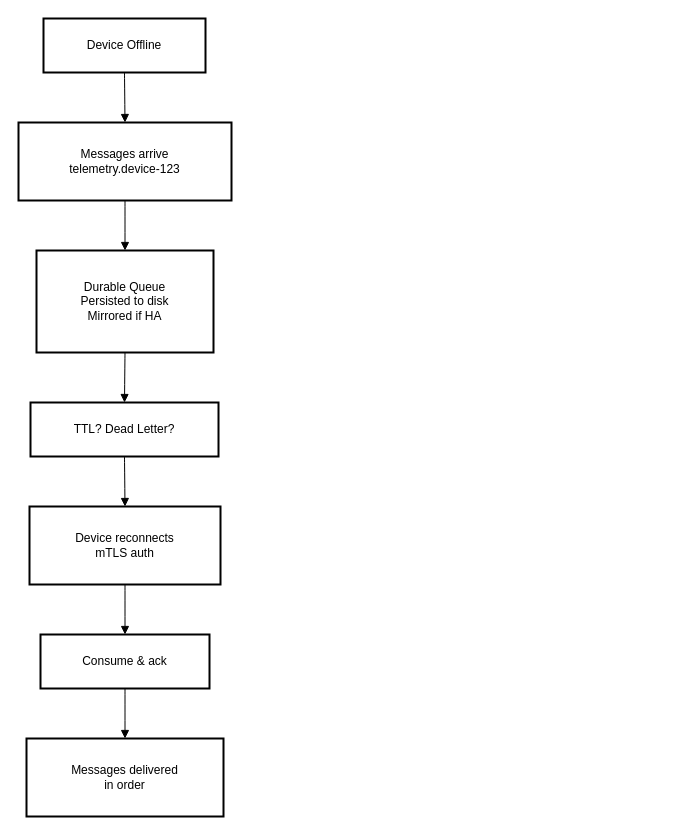
Earlier version of the draw.io diagram Offline.drawio (shreyasolanke/Diagrams). Source tidied: cells renumbered, new cells numbered last; positions are measured from the earlier drawing's top-left corner, leaving out a move shared by most shapes. Both pictures are drawn from the tidied source at 100%, with x=0, y=0 at pixel (18, 18).
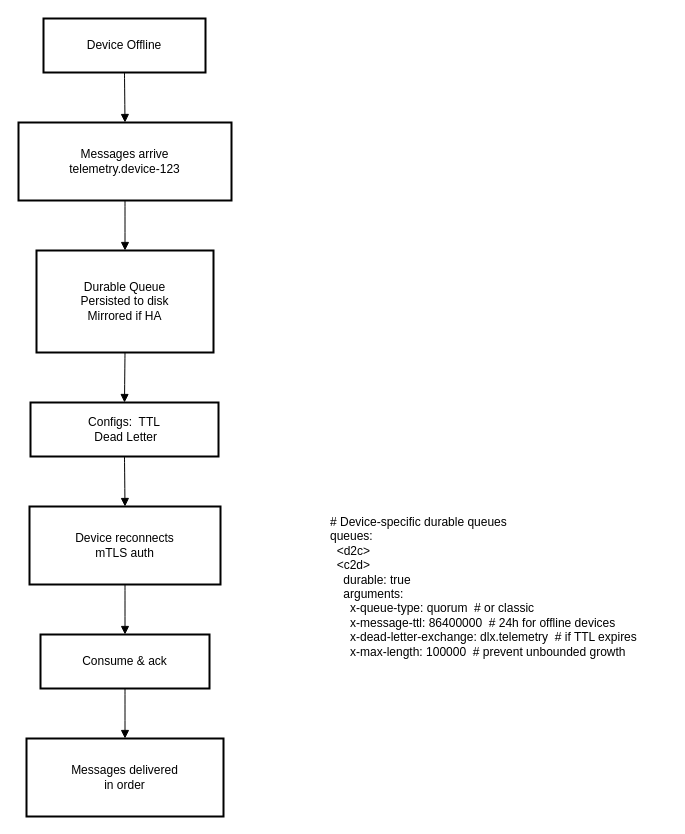
The same diagram, later.

Change to the diagram source:
```diff
@@
 <mxGraphModel>
   <root>
     <mxCell id="0" />
     <mxCell id="1" parent="0" />
     <mxCell id="2" value="Device Offline" style="whiteSpace=wrap;strokeWidth=2;" parent="1" vertex="1">
       <mxGeometry x="25" width="162" height="54" as="geometry" />
     </mxCell>
     <mxCell id="3" value="Messages arrive&#10;telemetry.device-123" style="whiteSpace=wrap;strokeWidth=2;" parent="1" vertex="1">
       <mxGeometry y="104" width="213" height="78" as="geometry" />
     </mxCell>
     <mxCell id="4" value="Durable Queue&#10;Persisted to disk&#10;Mirrored if HA" style="whiteSpace=wrap;strokeWidth=2;" parent="1" vertex="1">
       <mxGeometry x="18" y="232" width="177" height="102" as="geometry" />
     </mxCell>
-    <mxCell id="5" value="TTL? Dead Letter?" style="whiteSpace=wrap;strokeWidth=2;" parent="1" vertex="1">
+    <mxCell id="5" value="Configs:  TTL&#10; Dead Letter" style="whiteSpace=wrap;strokeWidth=2;" parent="1" vertex="1">
       <mxGeometry x="12" y="384" width="188" height="54" as="geometry" />
     </mxCell>
     <mxCell id="6" value="Device reconnects&#10;mTLS auth" style="whiteSpace=wrap;strokeWidth=2;" parent="1" vertex="1">
       <mxGeometry x="11" y="488" width="191" height="78" as="geometry" />
     </mxCell>
     <mxCell id="7" value="Consume &amp; ack" style="whiteSpace=wrap;strokeWidth=2;" parent="1" vertex="1">
       <mxGeometry x="22" y="616" width="169" height="54" as="geometry" />
     </mxCell>
     <mxCell id="8" value="Messages delivered&#10;in order" style="whiteSpace=wrap;strokeWidth=2;" parent="1" vertex="1">
       <mxGeometry x="8" y="720" width="197" height="78" as="geometry" />
     </mxCell>
     <mxCell id="9" style="curved=1;startArrow=none;endArrow=block;exitX=0.5;exitY=1;entryX=0.5;entryY=0;rounded=0;" parent="1" edge="1" source="2" target="3">
       <mxGeometry relative="1" as="geometry" />
     </mxCell>
     <mxCell id="10" style="curved=1;startArrow=none;endArrow=block;exitX=0.5;exitY=1;entryX=0.5;entryY=0;rounded=0;" parent="1" edge="1" source="3" target="4">
       <mxGeometry relative="1" as="geometry" />
     </mxCell>
     <mxCell id="11" style="curved=1;startArrow=none;endArrow=block;exitX=0.5;exitY=1;entryX=0.5;entryY=0;rounded=0;" parent="1" edge="1" source="4" target="5">
       <mxGeometry relative="1" as="geometry" />
     </mxCell>
     <mxCell id="12" style="curved=1;startArrow=none;endArrow=block;exitX=0.5;exitY=1;entryX=0.5;entryY=0;rounded=0;" parent="1" edge="1" source="5" target="6">
       <mxGeometry relative="1" as="geometry" />
     </mxCell>
     <mxCell id="13" style="curved=1;startArrow=none;endArrow=block;exitX=0.5;exitY=1;entryX=0.5;entryY=0;rounded=0;" parent="1" edge="1" source="6" target="7">
       <mxGeometry relative="1" as="geometry" />
     </mxCell>
     <mxCell id="14" style="curved=1;startArrow=none;endArrow=block;exitX=0.5;exitY=1;entryX=0.5;entryY=0;rounded=0;" parent="1" edge="1" source="7" target="8">
       <mxGeometry relative="1" as="geometry" />
     </mxCell>
+    <mxCell id="15" value="# Device-specific durable queues&#10;queues:&#10;  &lt;d2c&gt;&#10;  &lt;c2d&gt;&#10;    durable: true&#10;    arguments:&#10;      x-queue-type: quorum  # or classic&#10;      x-message-ttl: 86400000  # 24h for offline devices&#10;      x-dead-letter-exchange: dlx.telemetry  # if TTL expires&#10;      x-max-length: 100000  # prevent unbounded growth" style="text;whiteSpace=wrap;" parent="1" vertex="1">
+      <mxGeometry x="310" y="490" width="340" height="200" as="geometry" />
+    </mxCell>
   </root>
 </mxGraphModel>
```
